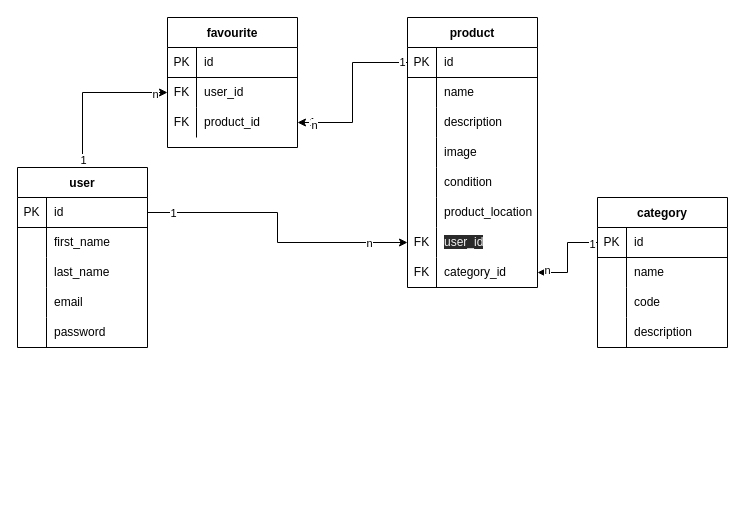
The draw.io diagram diagrams/erd.drawio in sharonshlee/fernicher, before the edit. Source tidied: cells renumbered, new cells numbered last; positions are measured from the earlier drawing's top-left corner, leaving out a move shared by most shapes. Both pictures are drawn from the tidied source at 100%, with x=0, y=0 at pixel (17, 17).
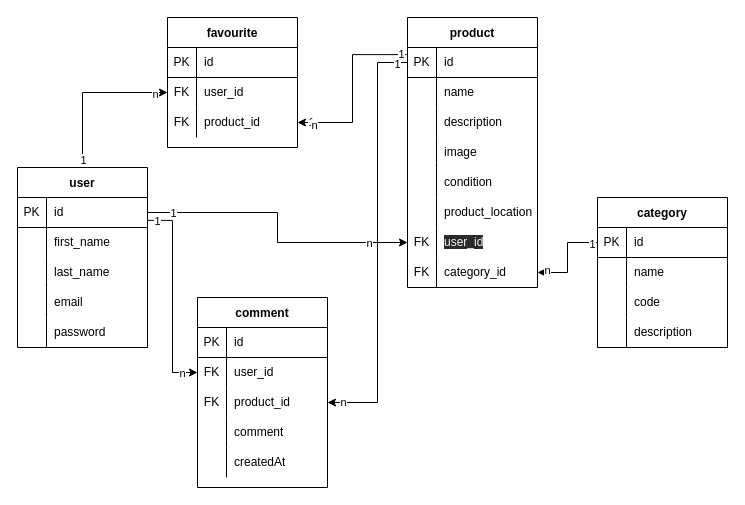
The same page after the edit.

The change refers to these unchanged cells:
```xml
<mxCell id="6" style="shape=partialRectangle;html=1;whiteSpace=wrap;fillColor=none;top=0;left=0;bottom=1;right=0;points=[[0,0.5],[1,0.5]];portConstraint=eastwest;" parent="5" vertex="1">
  <mxGeometry y="30" width="130" height="30" as="geometry" />
</mxCell>
<mxCell id="22" style="shape=partialRectangle;html=1;whiteSpace=wrap;fillColor=none;top=0;left=0;bottom=1;right=0;points=[[0,0.5],[1,0.5]];portConstraint=eastwest;" parent="21" vertex="1">
  <mxGeometry y="30" width="130" height="30" as="geometry" />
</mxCell>
<mxCell id="69" style="shape=partialRectangle;html=1;whiteSpace=wrap;fillColor=none;top=0;left=0;bottom=0;right=0;points=[[0,0.5],[1,0.5]];portConstraint=eastwest;" parent="62" vertex="1">
  <mxGeometry y="90" width="130" height="30" as="geometry" />
</mxCell>
```

Diff of the diagram source:
```diff
@@
-    <mxCell id="75" style="edgeStyle=orthogonalEdgeStyle;rounded=0;jettySize=auto;html=1;exitX=0;exitY=0.5;exitDx=0;exitDy=0;entryX=1;entryY=0.5;entryDx=0;entryDy=0;" parent="1" edge="1" source="22" target="69">
+    <mxCell id="75" style="edgeStyle=orthogonalEdgeStyle;rounded=0;jettySize=auto;html=1;exitX=-0.007;exitY=0.238;exitDx=0;exitDy=0;entryX=1;entryY=0.5;entryDx=0;entryDy=0;exitPerimeter=0;" parent="1" edge="1" source="22" target="69">
       <mxGeometry relative="1" as="geometry" />
     </mxCell>
@@
+    <mxCell id="79" value="comment" style="shape=table;startSize=30;childLayout=tableLayout;rowLines=0;fontStyle=1;align=center;" parent="1" vertex="1">
+      <mxGeometry x="180" y="280" width="130" height="190" as="geometry" />
+    </mxCell>
+    <mxCell id="80" style="shape=partialRectangle;html=1;whiteSpace=wrap;fillColor=none;top=0;left=0;bottom=1;right=0;" parent="79" vertex="1">
+      <mxGeometry y="30" width="130" height="30" as="geometry" />
+    </mxCell>
+    <mxCell id="81" value="PK" style="shape=partialRectangle;html=1;whiteSpace=wrap;fillColor=none;top=0;left=0;bottom=0;right=0;overflow=hidden;" parent="80" vertex="1">
+      <mxGeometry width="29" height="30" as="geometry" />
+    </mxCell>
+    <mxCell id="82" value="id" style="shape=partialRectangle;html=1;whiteSpace=wrap;fillColor=none;top=0;left=0;bottom=0;right=0;align=left;spacingLeft=6;overflow=hidden;" parent="80" vertex="1">
+      <mxGeometry x="29" width="101" height="30" as="geometry" />
+    </mxCell>
+    <mxCell id="83" style="shape=partialRectangle;html=1;whiteSpace=wrap;fillColor=none;top=0;left=0;bottom=0;right=0;points=[[0,0.5],[1,0.5]];portConstraint=eastwest;" parent="79" vertex="1">
+      <mxGeometry y="60" width="130" height="30" as="geometry" />
+    </mxCell>
+    <mxCell id="84" value="FK" style="shape=partialRectangle;html=1;whiteSpace=wrap;fillColor=none;top=0;left=0;bottom=0;right=0;overflow=hidden;" parent="83" vertex="1">
+      <mxGeometry width="29" height="30" as="geometry" />
+    </mxCell>
+    <mxCell id="85" value="user_id" style="shape=partialRectangle;html=1;whiteSpace=wrap;fillColor=none;top=0;left=0;bottom=0;right=0;align=left;spacingLeft=6;overflow=hidden;" parent="83" vertex="1">
+      <mxGeometry x="29" width="101" height="30" as="geometry" />
+    </mxCell>
+    <mxCell id="86" style="shape=partialRectangle;html=1;whiteSpace=wrap;fillColor=none;top=0;left=0;bottom=0;right=0;points=[[0,0.5],[1,0.5]];portConstraint=eastwest;" parent="79" vertex="1">
+      <mxGeometry y="90" width="130" height="30" as="geometry" />
+    </mxCell>
+    <mxCell id="87" value="FK" style="shape=partialRectangle;html=1;whiteSpace=wrap;fillColor=none;top=0;left=0;bottom=0;right=0;overflow=hidden;" parent="86" vertex="1">
+      <mxGeometry width="29" height="30" as="geometry" />
+    </mxCell>
+    <mxCell id="88" value="product_id" style="shape=partialRectangle;html=1;whiteSpace=wrap;fillColor=none;top=0;left=0;bottom=0;right=0;align=left;spacingLeft=6;overflow=hidden;" parent="86" vertex="1">
+      <mxGeometry x="29" width="101" height="30" as="geometry" />
+    </mxCell>
+    <mxCell id="89" style="shape=partialRectangle;html=1;whiteSpace=wrap;fillColor=none;top=0;left=0;bottom=0;right=0;" parent="79" vertex="1">
+      <mxGeometry y="120" width="130" height="30" as="geometry" />
+    </mxCell>
+    <mxCell id="90" style="shape=partialRectangle;html=1;whiteSpace=wrap;fillColor=none;top=0;left=0;bottom=0;right=0;overflow=hidden;" parent="89" vertex="1">
+      <mxGeometry width="29" height="30" as="geometry" />
+    </mxCell>
+    <mxCell id="91" value="comment" style="shape=partialRectangle;html=1;whiteSpace=wrap;fillColor=none;top=0;left=0;bottom=0;right=0;align=left;spacingLeft=6;overflow=hidden;" parent="89" vertex="1">
+      <mxGeometry x="29" width="101" height="30" as="geometry" />
+    </mxCell>
+    <mxCell id="92" style="shape=partialRectangle;html=1;whiteSpace=wrap;fillColor=none;top=0;left=0;bottom=0;right=0;" parent="79" vertex="1">
+      <mxGeometry y="150" width="130" height="30" as="geometry" />
+    </mxCell>
+    <mxCell id="93" style="shape=partialRectangle;html=1;whiteSpace=wrap;fillColor=none;top=0;left=0;bottom=0;right=0;overflow=hidden;" parent="92" vertex="1">
+      <mxGeometry width="29" height="30" as="geometry" />
+    </mxCell>
+    <mxCell id="94" value="createdAt" style="shape=partialRectangle;html=1;whiteSpace=wrap;fillColor=none;top=0;left=0;bottom=0;right=0;align=left;spacingLeft=6;overflow=hidden;" parent="92" vertex="1">
+      <mxGeometry x="29" width="101" height="30" as="geometry" />
+    </mxCell>
+    <mxCell id="95" style="edgeStyle=orthogonalEdgeStyle;rounded=0;jettySize=auto;html=1;entryX=1;entryY=0.5;entryDx=0;entryDy=0;" parent="1" edge="1" target="86">
+      <mxGeometry relative="1" as="geometry">
+        <mxPoint x="390" y="45" as="sourcePoint" />
+        <Array as="points">
+          <mxPoint x="360" y="45" />
+          <mxPoint x="360" y="385" />
+        </Array>
+      </mxGeometry>
+    </mxCell>
+    <mxCell id="96" value="1" style="edgeLabel;html=1;align=center;verticalAlign=middle;" parent="95" vertex="1">
+      <mxGeometry x="-0.95" y="1" relative="1" as="geometry" />
+    </mxCell>
+    <mxCell id="97" value="n" style="edgeLabel;html=1;align=center;verticalAlign=middle;" parent="95" vertex="1">
+      <mxGeometry x="0.93" y="-1" relative="1" as="geometry" />
+    </mxCell>
+    <mxCell id="98" style="edgeStyle=orthogonalEdgeStyle;rounded=0;jettySize=auto;html=1;exitX=0.998;exitY=0.762;exitDx=0;exitDy=0;entryX=0;entryY=0.5;entryDx=0;entryDy=0;exitPerimeter=0;" parent="1" edge="1" source="6" target="83">
+      <mxGeometry relative="1" as="geometry" />
+    </mxCell>
+    <mxCell id="99" value="1" style="edgeLabel;html=1;align=center;verticalAlign=middle;" parent="98" vertex="1">
+      <mxGeometry x="-0.9" y="-1" relative="1" as="geometry" />
+    </mxCell>
+    <mxCell id="100" value="n" style="edgeLabel;html=1;align=center;verticalAlign=middle;" parent="98" vertex="1">
+      <mxGeometry x="0.85" relative="1" as="geometry" />
+    </mxCell>
```
